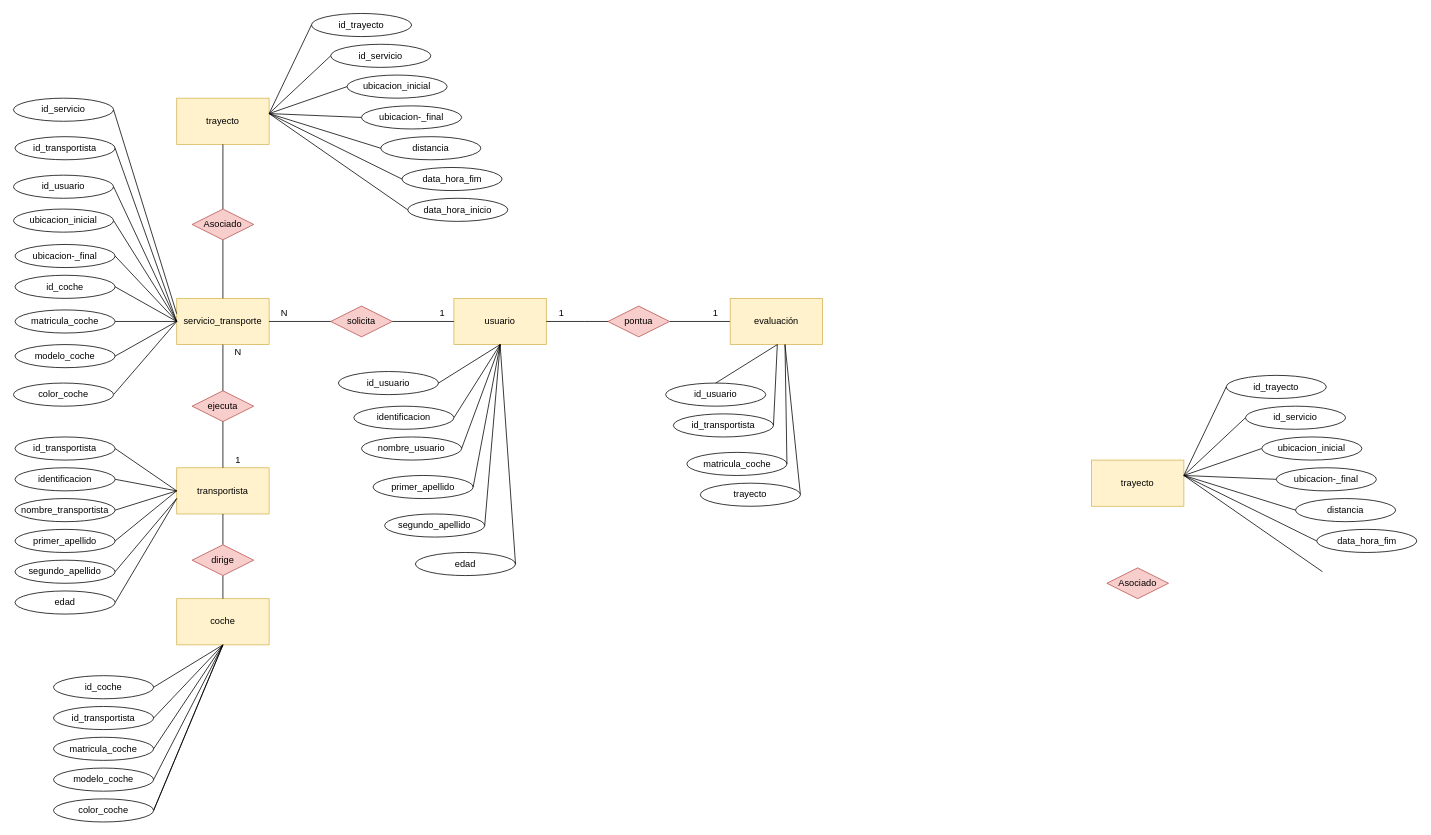
This is Diagrama sin título.drawio from projects-assignments/mudapp-grupo-3, a draw.io file, before an edit. Source tidied: cells renumbered, new cells numbered last; positions are measured from the earlier drawing's top-left corner, leaving out a move shared by most shapes. Both pictures are drawn from the tidied source at 77%, with x=0, y=0 at pixel (13, 13).
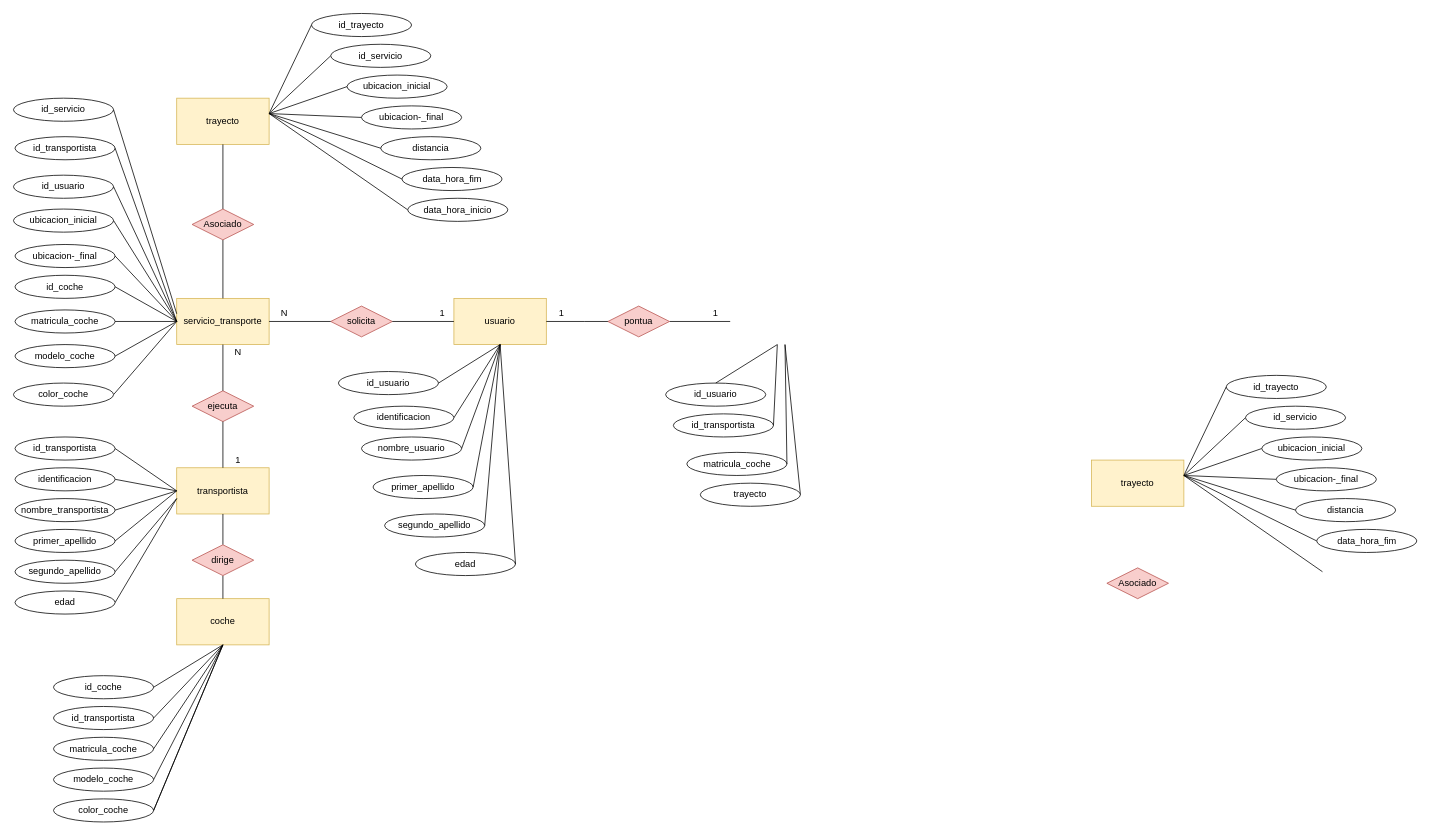
After the change.

Unchanged cells that the change refers to:
```xml
<mxCell id="16" value="pontua" style="rhombus;whiteSpace=wrap;html=1;labelBackgroundColor=none;fillColor=#f8cecc;strokeColor=#b85450;" parent="1" vertex="1">
  <mxGeometry x="772" y="380" width="80" height="40" as="geometry" />
</mxCell>
```

What changed in the source:
```diff
@@
-    <mxCell id="9" style="endArrow=none;html=1;rounded=0;entryX=0;entryY=0.5;entryDx=0;entryDy=0;exitX=1;exitY=0.5;exitDx=0;exitDy=0;labelBackgroundColor=none;fontColor=default;" parent="1" edge="1" source="16" target="17">
-      <mxGeometry relative="1" as="geometry" />
+    <mxCell id="9" style="endArrow=none;html=1;rounded=0;entryX=0;entryY=0.5;entryDx=0;entryDy=0;exitX=1;exitY=0.5;exitDx=0;exitDy=0;labelBackgroundColor=none;fontColor=default;" parent="1" edge="1" source="16">
+      <mxGeometry relative="1" as="geometry">
+        <mxPoint x="930.8" y="400" as="targetPoint" />
+      </mxGeometry>
     </mxCell>
@@
-    <mxCell id="17" value="evaluación" style="rounded=0;whiteSpace=wrap;html=1;labelBackgroundColor=none;fillColor=#fff2cc;strokeColor=#d6b656;" parent="1" vertex="1">
-      <mxGeometry x="930.8" y="370" width="120" height="60" as="geometry" />
-    </mxCell>
```
